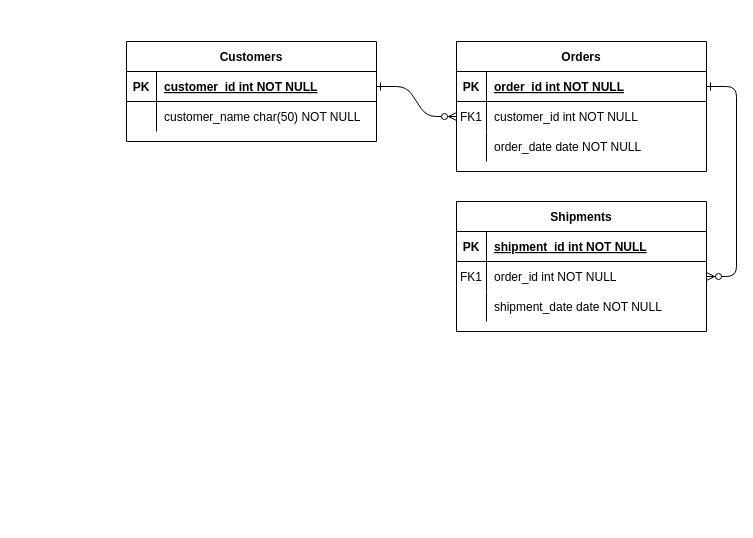
This is Untitled Diagram.drawio from Trusaman/Celestial-Bodies-Database-Freecodecamp, a draw.io file, before an edit. Source tidied: cells renumbered, new cells numbered last; positions are measured from the earlier drawing's top-left corner, leaving out a move shared by most shapes. Both pictures are drawn from the tidied source at 100%, with x=0, y=0 at pixel (126, 41).
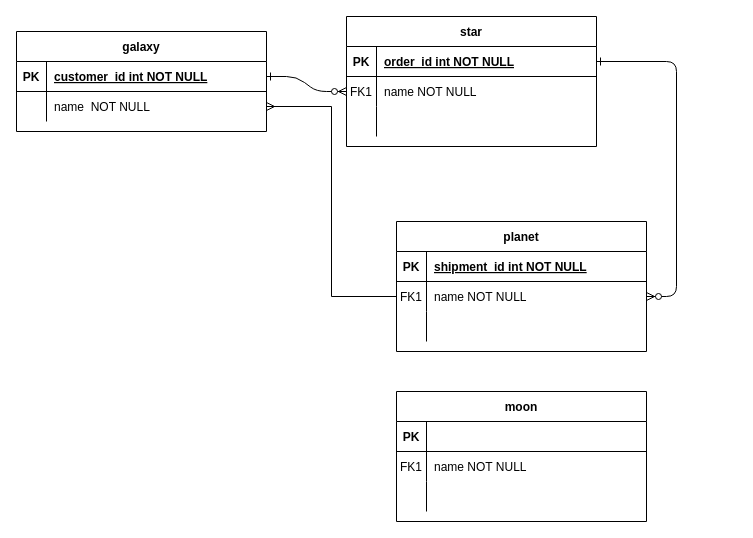
Above is the later version.

The change refers to these unchanged cells:
```xml
<mxCell id="8" style="shape=partialRectangle;fillColor=none;points=[[0,0.5],[1,0.5]];portConstraint=eastwest;top=0;left=0;right=0;bottom=0;" parent="4" vertex="1">
  <mxGeometry y="60" width="250" height="30" as="geometry" />
</mxCell>
<mxCell id="11" style="shape=partialRectangle;fillColor=none;top=0;left=0;right=0;bottom=0;" parent="4" vertex="1">
  <mxGeometry y="90" width="250" height="30" as="geometry" />
</mxCell>
<mxCell id="18" style="shape=partialRectangle;fillColor=none;points=[[0,0.5],[1,0.5]];portConstraint=eastwest;top=0;left=0;right=0;bottom=0;" parent="14" vertex="1">
  <mxGeometry y="60" width="250" height="30" as="geometry" />
</mxCell>
<mxCell id="21" style="shape=partialRectangle;fillColor=none;top=0;left=0;right=0;bottom=0;" parent="14" vertex="1">
  <mxGeometry y="90" width="250" height="30" as="geometry" />
</mxCell>
<mxCell id="28" style="shape=partialRectangle;fillColor=none;points=[[0,0.5],[1,0.5]];portConstraint=eastwest;top=0;left=0;right=0;bottom=0;" parent="24" vertex="1">
  <mxGeometry y="60" width="250" height="30" as="geometry" />
</mxCell>
```

Diff of the diagram source:
```diff
@@
-    <mxCell id="4" value="Orders" style="shape=table;startSize=30;childLayout=tableLayout;rowLines=0;fontStyle=1;align=center;" parent="1" vertex="1">
-      <mxGeometry x="330" width="250" height="130" as="geometry" />
+    <mxCell id="4" value="star" style="shape=table;startSize=30;childLayout=tableLayout;rowLines=0;fontStyle=1;align=center;" parent="1" vertex="1">
+      <mxGeometry x="220" y="-25" width="250" height="130" as="geometry" />
     </mxCell>
@@
-    <mxCell id="10" value="customer_id int NOT NULL" style="shape=partialRectangle;overflow=hidden;fillColor=none;top=0;left=0;bottom=0;right=0;align=left;spacingLeft=6;" parent="8" vertex="1">
+    <mxCell id="10" value="name NOT NULL" style="shape=partialRectangle;overflow=hidden;fillColor=none;top=0;left=0;bottom=0;right=0;align=left;spacingLeft=6;" parent="8" vertex="1">
       <mxGeometry x="30" width="220" height="30" as="geometry" />
     </mxCell>
@@
-    <mxCell id="13" value="order_date date NOT NULL" style="shape=partialRectangle;overflow=hidden;fillColor=none;top=0;left=0;bottom=0;right=0;align=left;spacingLeft=6;" parent="11" vertex="1">
+    <mxCell id="13" style="shape=partialRectangle;overflow=hidden;fillColor=none;top=0;left=0;bottom=0;right=0;align=left;spacingLeft=6;" parent="11" vertex="1">
       <mxGeometry x="30" width="220" height="30" as="geometry" />
     </mxCell>
-    <mxCell id="14" value="Shipments" style="shape=table;startSize=30;childLayout=tableLayout;rowLines=0;fontStyle=1;align=center;" parent="1" vertex="1">
-      <mxGeometry x="330" y="160" width="250" height="130" as="geometry" />
+    <mxCell id="14" value="planet" style="shape=table;startSize=30;childLayout=tableLayout;rowLines=0;fontStyle=1;align=center;" parent="1" vertex="1">
+      <mxGeometry x="270" y="180" width="250" height="130" as="geometry" />
     </mxCell>
@@
-    <mxCell id="20" value="order_id int NOT NULL" style="shape=partialRectangle;overflow=hidden;fillColor=none;top=0;left=0;bottom=0;right=0;align=left;spacingLeft=6;" parent="18" vertex="1">
+    <mxCell id="20" value="name NOT NULL" style="shape=partialRectangle;overflow=hidden;fillColor=none;top=0;left=0;bottom=0;right=0;align=left;spacingLeft=6;" parent="18" vertex="1">
       <mxGeometry x="30" width="220" height="30" as="geometry" />
     </mxCell>
@@
-    <mxCell id="23" value="shipment_date date NOT NULL" style="shape=partialRectangle;overflow=hidden;fillColor=none;top=0;left=0;bottom=0;right=0;align=left;spacingLeft=6;" parent="21" vertex="1">
+    <mxCell id="23" style="shape=partialRectangle;overflow=hidden;fillColor=none;top=0;left=0;bottom=0;right=0;align=left;spacingLeft=6;" parent="21" vertex="1">
       <mxGeometry x="30" width="220" height="30" as="geometry" />
     </mxCell>
-    <mxCell id="24" value="Customers" style="shape=table;startSize=30;childLayout=tableLayout;rowLines=0;fontStyle=1;align=center;" parent="1" vertex="1">
-      <mxGeometry width="250" height="100" as="geometry" />
+    <mxCell id="24" value="galaxy" style="shape=table;startSize=30;childLayout=tableLayout;rowLines=0;fontStyle=1;align=center;" parent="1" vertex="1">
+      <mxGeometry x="-110" y="-10" width="250" height="100" as="geometry" />
     </mxCell>
@@
-    <mxCell id="30" value="customer_name char(50) NOT NULL" style="shape=partialRectangle;overflow=hidden;fillColor=none;top=0;left=0;bottom=0;right=0;align=left;spacingLeft=6;" parent="28" vertex="1">
+    <mxCell id="30" value="name  NOT NULL" style="shape=partialRectangle;overflow=hidden;fillColor=none;top=0;left=0;bottom=0;right=0;align=left;spacingLeft=6;" parent="28" vertex="1">
       <mxGeometry x="30" width="220" height="30" as="geometry" />
     </mxCell>
+    <mxCell id="31" value="moon" style="shape=table;startSize=30;childLayout=tableLayout;rowLines=0;fontStyle=1;align=center;" parent="1" vertex="1">
+      <mxGeometry x="270" y="350" width="250" height="130" as="geometry" />
+    </mxCell>
+    <mxCell id="32" style="shape=partialRectangle;fillColor=none;top=0;left=0;right=0;bottom=1;" parent="31" vertex="1">
+      <mxGeometry y="30" width="250" height="30" as="geometry" />
+    </mxCell>
+    <mxCell id="33" value="PK" style="shape=partialRectangle;overflow=hidden;fillColor=none;top=0;left=0;bottom=0;right=0;fontStyle=1;" parent="32" vertex="1">
+      <mxGeometry width="30" height="30" as="geometry" />
+    </mxCell>
+    <mxCell id="34" style="shape=partialRectangle;overflow=hidden;fillColor=none;top=0;left=0;bottom=0;right=0;align=left;spacingLeft=6;fontStyle=5;" parent="32" vertex="1">
+      <mxGeometry x="30" width="220" height="30" as="geometry" />
+    </mxCell>
+    <mxCell id="35" style="shape=partialRectangle;fillColor=none;top=0;left=0;right=0;bottom=0;" parent="31" vertex="1">
+      <mxGeometry y="60" width="250" height="30" as="geometry" />
+    </mxCell>
+    <mxCell id="36" value="FK1" style="shape=partialRectangle;overflow=hidden;fillColor=none;top=0;left=0;bottom=0;right=0;" parent="35" vertex="1">
+      <mxGeometry width="30" height="30" as="geometry" />
+    </mxCell>
+    <mxCell id="37" value="name NOT NULL" style="shape=partialRectangle;overflow=hidden;fillColor=none;top=0;left=0;bottom=0;right=0;align=left;spacingLeft=6;" parent="35" vertex="1">
+      <mxGeometry x="30" width="220" height="30" as="geometry" />
+    </mxCell>
+    <mxCell id="38" style="shape=partialRectangle;fillColor=none;top=0;left=0;right=0;bottom=0;" parent="31" vertex="1">
+      <mxGeometry y="90" width="250" height="30" as="geometry" />
+    </mxCell>
+    <mxCell id="39" style="shape=partialRectangle;overflow=hidden;fillColor=none;top=0;left=0;bottom=0;right=0;" parent="38" vertex="1">
+      <mxGeometry width="30" height="30" as="geometry" />
+    </mxCell>
+    <mxCell id="40" style="shape=partialRectangle;overflow=hidden;fillColor=none;top=0;left=0;bottom=0;right=0;align=left;spacingLeft=6;" parent="38" vertex="1">
+      <mxGeometry x="30" width="220" height="30" as="geometry" />
+    </mxCell>
+    <mxCell id="41" style="edgeStyle=orthogonalEdgeStyle;rounded=0;jettySize=auto;html=1;exitX=0;exitY=0.5;exitDx=0;exitDy=0;endArrow=ERmany;endFill=0;" parent="1" edge="1" source="18" target="28">
+      <mxGeometry relative="1" as="geometry" />
+    </mxCell>
```
